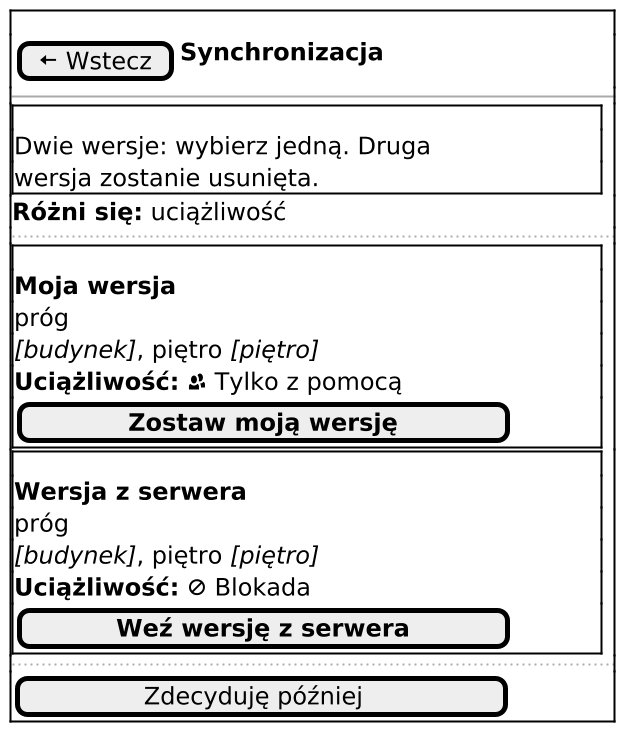
This is docs/docs/_generated/m-c4-synchronizacja-konflikt.png from dostepny-kampus/dostepny-kampus, a PlantUML export, as it was before one commit. Source of this version:
```plantuml
@startsalt
' C4 Synchronizacja, konflikt wersji (US9.3, BR-10): uciążliwość 2 w telefonie, 3 na serwerze,
' jak w scenariuszu @US9.3. Wersje jedna pod drugą (pion); różnicę oznacza napis, nie kolor:
' „Różni się:” z nazwą pola nad obiema wersjami, jak „Zmienione:” na R2, a w wersjach to pole pogrubione.
!include _wspolne.iuml
!include _zespol-w-terenie.iuml
$ekran_poczatek()
$naglowek("Synchronizacja")
$komunikat("Dwie wersje: wybierz jedną. Druga wersja zostanie usunięta.")
<b>Różni się:</b> uciążliwość
..
$ramka()
<b>Moja wersja</b>
próg
<i>[budynek]</i>, piętro <i>[piętro]</i>
<b>Uciążliwość:</b> $tylko_z_pomoca()
$przycisk_glowny("Zostaw moją wersję")
}
$ramka()
<b>Wersja z serwera</b>
próg
<i>[budynek]</i>, piętro <i>[piętro]</i>
<b>Uciążliwość:</b> $blokada()
$przycisk_glowny("Weź wersję z serwera")
}
..
$przycisk("Zdecyduję później")
$ekran_koniec()
@endsalt
```
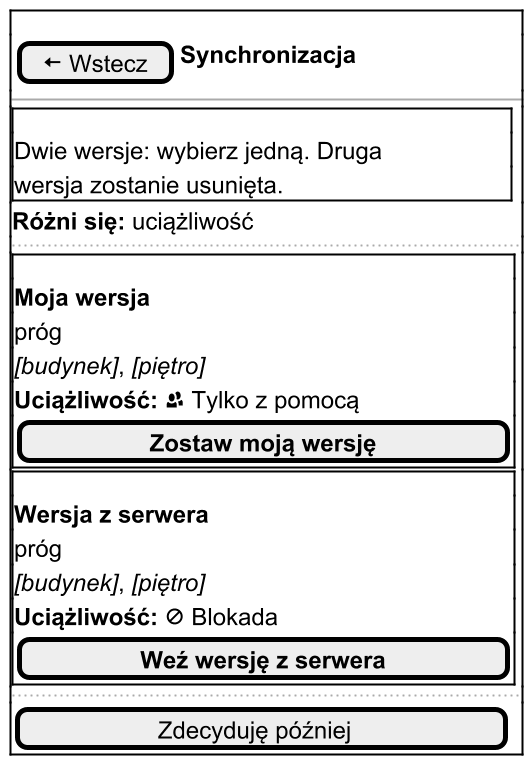
Above is the later version.

What changed in the source:
```diff
@@ -12,14 +12,14 @@
 $ramka()
 <b>Moja wersja</b>
 próg
-<i>[budynek]</i>, piętro <i>[piętro]</i>
+<i>[budynek]</i>, <i>[piętro]</i>
 <b>Uciążliwość:</b> $tylko_z_pomoca()
 $przycisk_glowny("Zostaw moją wersję")
 }
 $ramka()
 <b>Wersja z serwera</b>
 próg
-<i>[budynek]</i>, piętro <i>[piętro]</i>
+<i>[budynek]</i>, <i>[piętro]</i>
 <b>Uciążliwość:</b> $blokada()
 $przycisk_glowny("Weź wersję z serwera")
 }
```
